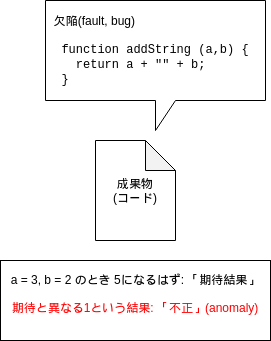
Above: 2021/02/25/false_positive.drawio.png in wand2016/study (draw.io), before the change. Source tidied: cells renumbered, new cells last; positions are measured from the earlier drawing's top-left corner, leaving out a move shared by most shapes.
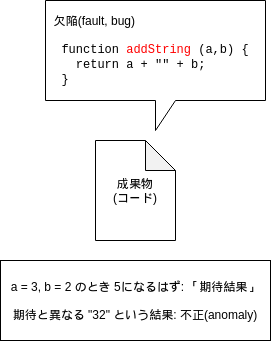
Later version of the same file.

Diff of the diagram source:
```diff
@@ -5,10 +5,10 @@
     <mxCell id="2" value="成果物&lt;br&gt;(コード)" style="shape=note;whiteSpace=wrap;html=1;backgroundOutline=1;darkOpacity=0.05;" parent="1" vertex="1">
       <mxGeometry x="95" y="140" width="80" height="100" as="geometry" />
     </mxCell>
-    <mxCell id="3" value="&amp;nbsp; 欠陥(fault, bug)&lt;br&gt;&lt;br&gt;&lt;font face=&quot;Courier New&quot;&gt;&amp;nbsp; function addString (a,b) {&lt;br&gt;&amp;nbsp; &amp;nbsp; return a + &quot;&quot; + b;&lt;br&gt;&amp;nbsp; }&lt;/font&gt;" style="shape=callout;whiteSpace=wrap;html=1;perimeter=calloutPerimeter;align=left;" parent="1" vertex="1">
+    <mxCell id="3" value="&amp;nbsp; 欠陥(fault, bug)&lt;br&gt;&lt;br&gt;&lt;font face=&quot;Courier New&quot;&gt;&amp;nbsp; function &lt;font color=&quot;#ff0000&quot;&gt;addString&lt;/font&gt; (a,b) {&lt;br&gt;&amp;nbsp; &amp;nbsp; return a + &quot;&quot; + b;&lt;br&gt;&amp;nbsp; }&lt;/font&gt;" style="shape=callout;whiteSpace=wrap;html=1;perimeter=calloutPerimeter;align=left;" parent="1" vertex="1">
       <mxGeometry x="45" width="220" height="130" as="geometry" />
     </mxCell>
-    <mxCell id="4" value="&lt;div&gt;a = 3, b = 2 のとき 5になるはず: 「期待結果」&lt;/div&gt;&lt;div&gt;&lt;br&gt;&lt;/div&gt;&lt;div&gt;&lt;font color=&quot;#ff0000&quot;&gt;期待と異なる1という結果: 「不正」(anomaly)&lt;/font&gt;&lt;/div&gt;&lt;div&gt;&lt;br&gt;&lt;/div&gt;" style="rounded=0;whiteSpace=wrap;html=1;" parent="1" vertex="1">
+    <mxCell id="4" value="&lt;div&gt;&lt;font color=&quot;#000000&quot;&gt;a = 3, b = 2 のとき 5になるはず: 「期待結果」&lt;/font&gt;&lt;/div&gt;&lt;div&gt;&lt;font color=&quot;#000000&quot;&gt;&lt;br&gt;&lt;/font&gt;&lt;/div&gt;&lt;div&gt;&lt;font color=&quot;#000000&quot;&gt;期待と異なる &quot;32&quot; という結果: 不正(anomaly)&lt;/font&gt;&lt;br&gt;&lt;/div&gt;" style="rounded=0;whiteSpace=wrap;html=1;" parent="1" vertex="1">
       <mxGeometry y="260" width="270" height="80" as="geometry" />
     </mxCell>
   </root>
```
